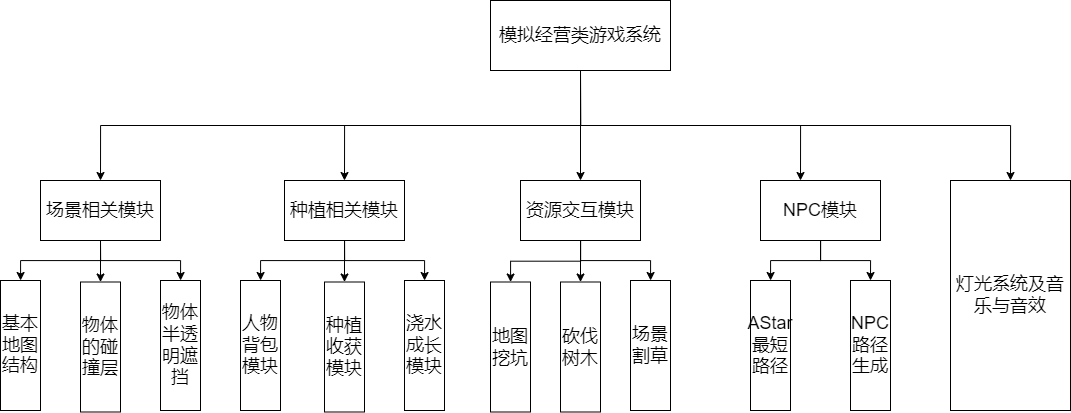
The draw.io diagram draw/系统模块图.drawio.png in TRAVISZHAN/images, before a commit. Source tidied: cells renumbered, new cells last; positions are measured from the earlier drawing's top-left corner, leaving out a move shared by most shapes. Source of this version:
```xml
<mxGraphModel>
  <root>
    <mxCell id="0" />
    <mxCell id="1" parent="0" />
    <mxCell id="2" style="edgeStyle=orthogonalEdgeStyle;rounded=0;jettySize=auto;html=1;entryX=0.5;entryY=0;entryDx=0;entryDy=0;exitX=0.5;exitY=1;exitDx=0;exitDy=0;" parent="1" edge="1" source="7" target="11">
      <mxGeometry relative="1" as="geometry" />
    </mxCell>
    <mxCell id="3" style="edgeStyle=orthogonalEdgeStyle;rounded=0;jettySize=auto;html=1;entryX=0.5;entryY=0;entryDx=0;entryDy=0;exitX=0.5;exitY=1;exitDx=0;exitDy=0;" parent="1" edge="1" source="7" target="15">
      <mxGeometry relative="1" as="geometry" />
    </mxCell>
    <mxCell id="4" style="edgeStyle=orthogonalEdgeStyle;rounded=0;jettySize=auto;html=1;entryX=0.5;entryY=0;entryDx=0;entryDy=0;exitX=0.5;exitY=1;exitDx=0;exitDy=0;" parent="1" edge="1" source="7" target="19">
      <mxGeometry relative="1" as="geometry" />
    </mxCell>
    <mxCell id="5" style="edgeStyle=orthogonalEdgeStyle;rounded=0;jettySize=auto;html=1;exitX=0.5;exitY=1;exitDx=0;exitDy=0;" parent="1" edge="1" source="7">
      <mxGeometry relative="1" as="geometry">
        <mxPoint x="800" y="180" as="targetPoint" />
      </mxGeometry>
    </mxCell>
    <mxCell id="6" style="edgeStyle=orthogonalEdgeStyle;rounded=0;jettySize=auto;html=1;exitX=0.5;exitY=1;exitDx=0;exitDy=0;entryX=0.5;entryY=0;entryDx=0;entryDy=0;" parent="1" edge="1" source="7" target="34">
      <mxGeometry relative="1" as="geometry" />
    </mxCell>
    <mxCell id="7" value="&lt;font style=&quot;font-size: 18px;&quot;&gt;模拟经营类游戏系统&lt;/font&gt;" style="rounded=0;whiteSpace=wrap;html=1;" parent="1" vertex="1">
      <mxGeometry x="490" width="180" height="70" as="geometry" />
    </mxCell>
    <mxCell id="8" style="edgeStyle=orthogonalEdgeStyle;rounded=0;jettySize=auto;html=1;exitX=0.5;exitY=1;exitDx=0;exitDy=0;" parent="1" edge="1" source="11" target="20">
      <mxGeometry relative="1" as="geometry" />
    </mxCell>
    <mxCell id="9" style="edgeStyle=orthogonalEdgeStyle;rounded=0;jettySize=auto;html=1;" parent="1" edge="1" source="11" target="21">
      <mxGeometry relative="1" as="geometry" />
    </mxCell>
    <mxCell id="10" style="edgeStyle=orthogonalEdgeStyle;rounded=0;jettySize=auto;html=1;exitX=0.5;exitY=1;exitDx=0;exitDy=0;" parent="1" edge="1" source="11" target="22">
      <mxGeometry relative="1" as="geometry" />
    </mxCell>
    <mxCell id="11" value="&lt;font style=&quot;font-size: 18px;&quot;&gt;场景相关模块&lt;/font&gt;" style="rounded=0;whiteSpace=wrap;html=1;" parent="1" vertex="1">
      <mxGeometry x="40" y="180" width="120" height="60" as="geometry" />
    </mxCell>
    <mxCell id="12" style="edgeStyle=orthogonalEdgeStyle;rounded=0;jettySize=auto;html=1;exitX=0.5;exitY=1;exitDx=0;exitDy=0;" parent="1" edge="1" source="15" target="23">
      <mxGeometry relative="1" as="geometry" />
    </mxCell>
    <mxCell id="13" style="edgeStyle=orthogonalEdgeStyle;rounded=0;jettySize=auto;html=1;" parent="1" edge="1" source="15" target="24">
      <mxGeometry relative="1" as="geometry" />
    </mxCell>
    <mxCell id="14" style="edgeStyle=orthogonalEdgeStyle;rounded=0;jettySize=auto;html=1;" parent="1" edge="1" source="15" target="25">
      <mxGeometry relative="1" as="geometry" />
    </mxCell>
    <mxCell id="15" value="&lt;font style=&quot;font-size: 18px;&quot;&gt;种植相关模块&lt;/font&gt;" style="rounded=0;whiteSpace=wrap;html=1;" parent="1" vertex="1">
      <mxGeometry x="284" y="180" width="120" height="60" as="geometry" />
    </mxCell>
    <mxCell id="16" style="edgeStyle=orthogonalEdgeStyle;rounded=0;jettySize=auto;html=1;" parent="1" edge="1" source="19" target="26">
      <mxGeometry relative="1" as="geometry" />
    </mxCell>
    <mxCell id="17" style="edgeStyle=orthogonalEdgeStyle;rounded=0;jettySize=auto;html=1;" parent="1" edge="1" source="19" target="27">
      <mxGeometry relative="1" as="geometry" />
    </mxCell>
    <mxCell id="18" style="edgeStyle=orthogonalEdgeStyle;rounded=0;jettySize=auto;html=1;" parent="1" edge="1" source="19" target="28">
      <mxGeometry relative="1" as="geometry" />
    </mxCell>
    <mxCell id="19" value="&lt;font style=&quot;font-size: 18px;&quot;&gt;资源交互模块&lt;/font&gt;" style="rounded=0;whiteSpace=wrap;html=1;" parent="1" vertex="1">
      <mxGeometry x="520" y="180" width="120" height="60" as="geometry" />
    </mxCell>
    <mxCell id="20" value="&lt;font style=&quot;font-size: 18px;&quot;&gt;基本地图结构&lt;/font&gt;" style="whiteSpace=wrap;html=1;rounded=0;" parent="1" vertex="1">
      <mxGeometry y="280" width="40" height="130" as="geometry" />
    </mxCell>
    <mxCell id="21" value="&lt;font style=&quot;font-size: 18px;&quot;&gt;物体的碰撞层&lt;/font&gt;" style="whiteSpace=wrap;html=1;rounded=0;" parent="1" vertex="1">
      <mxGeometry x="80" y="281.5" width="40" height="130" as="geometry" />
    </mxCell>
    <mxCell id="22" value="&lt;font style=&quot;font-size: 18px;&quot;&gt;物体半透明遮挡&lt;/font&gt;" style="whiteSpace=wrap;html=1;rounded=0;" parent="1" vertex="1">
      <mxGeometry x="160" y="280" width="40" height="130" as="geometry" />
    </mxCell>
    <mxCell id="23" value="&lt;font style=&quot;font-size: 18px;&quot;&gt;人物背包模块&lt;/font&gt;" style="whiteSpace=wrap;html=1;rounded=0;" parent="1" vertex="1">
      <mxGeometry x="240" y="280" width="40" height="130" as="geometry" />
    </mxCell>
    <mxCell id="24" value="&lt;font style=&quot;font-size: 18px;&quot;&gt;种植收获模块&lt;/font&gt;" style="whiteSpace=wrap;html=1;rounded=0;" parent="1" vertex="1">
      <mxGeometry x="324" y="281.5" width="40" height="130" as="geometry" />
    </mxCell>
    <mxCell id="25" value="&lt;font style=&quot;font-size: 18px;&quot;&gt;浇水成长模块&lt;/font&gt;" style="whiteSpace=wrap;html=1;rounded=0;" parent="1" vertex="1">
      <mxGeometry x="404" y="280" width="40" height="130" as="geometry" />
    </mxCell>
    <mxCell id="26" value="&lt;font style=&quot;font-size: 18px;&quot;&gt;地图挖坑&lt;/font&gt;" style="whiteSpace=wrap;html=1;rounded=0;" parent="1" vertex="1">
      <mxGeometry x="490" y="281.5" width="40" height="130" as="geometry" />
    </mxCell>
    <mxCell id="27" value="&lt;font style=&quot;font-size: 18px;&quot;&gt;砍伐树木&lt;/font&gt;" style="whiteSpace=wrap;html=1;rounded=0;" parent="1" vertex="1">
      <mxGeometry x="560" y="281.5" width="40" height="130" as="geometry" />
    </mxCell>
    <mxCell id="28" value="&lt;font style=&quot;font-size: 18px;&quot;&gt;场景割草&lt;/font&gt;" style="whiteSpace=wrap;html=1;rounded=0;" parent="1" vertex="1">
      <mxGeometry x="630" y="280" width="40" height="130" as="geometry" />
    </mxCell>
    <mxCell id="29" style="edgeStyle=orthogonalEdgeStyle;rounded=0;jettySize=auto;html=1;" parent="1" edge="1" source="31" target="32">
      <mxGeometry relative="1" as="geometry" />
    </mxCell>
    <mxCell id="30" style="edgeStyle=orthogonalEdgeStyle;rounded=0;jettySize=auto;html=1;entryX=0.5;entryY=0;entryDx=0;entryDy=0;" parent="1" edge="1" source="31" target="33">
      <mxGeometry relative="1" as="geometry" />
    </mxCell>
    <mxCell id="31" value="&lt;font style=&quot;font-size: 18px;&quot;&gt;NPC模块&lt;/font&gt;" style="rounded=0;whiteSpace=wrap;html=1;" parent="1" vertex="1">
      <mxGeometry x="760" y="180" width="120" height="60" as="geometry" />
    </mxCell>
    <mxCell id="32" value="&lt;font style=&quot;font-size: 18px;&quot;&gt;AStar最短路径&lt;/font&gt;" style="whiteSpace=wrap;html=1;rounded=0;" parent="1" vertex="1">
      <mxGeometry x="750" y="280" width="40" height="130" as="geometry" />
    </mxCell>
    <mxCell id="33" value="&lt;font style=&quot;font-size: 18px;&quot;&gt;NPC路径生成&lt;/font&gt;" style="whiteSpace=wrap;html=1;rounded=0;" parent="1" vertex="1">
      <mxGeometry x="850" y="280" width="40" height="130" as="geometry" />
    </mxCell>
    <mxCell id="34" value="&lt;font style=&quot;font-size: 18px;&quot;&gt;灯光系统及音乐与音效&lt;/font&gt;" style="rounded=0;whiteSpace=wrap;html=1;" parent="1" vertex="1">
      <mxGeometry x="950" y="180" width="120" height="230" as="geometry" />
    </mxCell>
  </root>
</mxGraphModel>
```
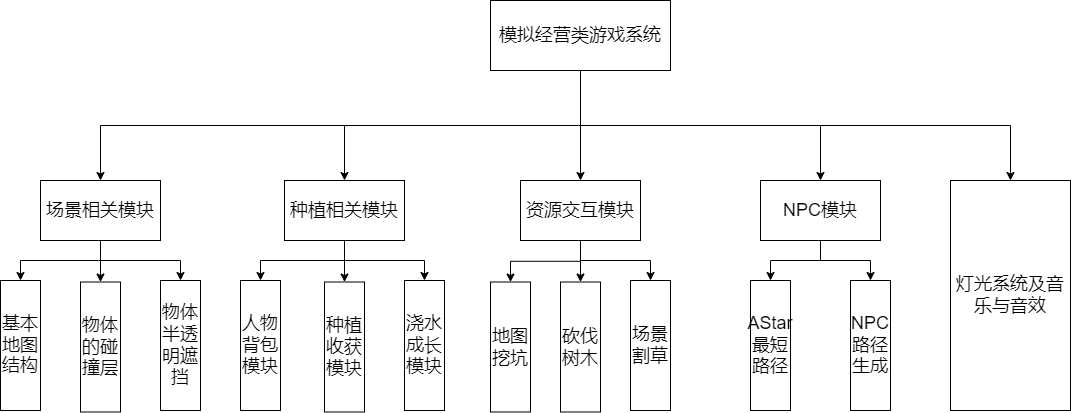
After the commit.

Commit message:
更新系统模块图.drawio.png

What changed in the source:
```diff
@@ -11,10 +11,8 @@
     <mxCell id="4" style="edgeStyle=orthogonalEdgeStyle;rounded=0;jettySize=auto;html=1;entryX=0.5;entryY=0;entryDx=0;entryDy=0;exitX=0.5;exitY=1;exitDx=0;exitDy=0;" parent="1" edge="1" source="7" target="19">
       <mxGeometry relative="1" as="geometry" />
     </mxCell>
-    <mxCell id="5" style="edgeStyle=orthogonalEdgeStyle;rounded=0;jettySize=auto;html=1;exitX=0.5;exitY=1;exitDx=0;exitDy=0;" parent="1" edge="1" source="7">
-      <mxGeometry relative="1" as="geometry">
-        <mxPoint x="800" y="180" as="targetPoint" />
-      </mxGeometry>
+    <mxCell id="5" style="edgeStyle=orthogonalEdgeStyle;rounded=0;jettySize=auto;html=1;exitX=0.5;exitY=1;exitDx=0;exitDy=0;entryX=0.5;entryY=0;entryDx=0;entryDy=0;" parent="1" edge="1" source="7" target="31">
+      <mxGeometry relative="1" as="geometry" />
     </mxCell>
     <mxCell id="6" style="edgeStyle=orthogonalEdgeStyle;rounded=0;jettySize=auto;html=1;exitX=0.5;exitY=1;exitDx=0;exitDy=0;entryX=0.5;entryY=0;entryDx=0;entryDy=0;" parent="1" edge="1" source="7" target="34">
       <mxGeometry relative="1" as="geometry" />
```
